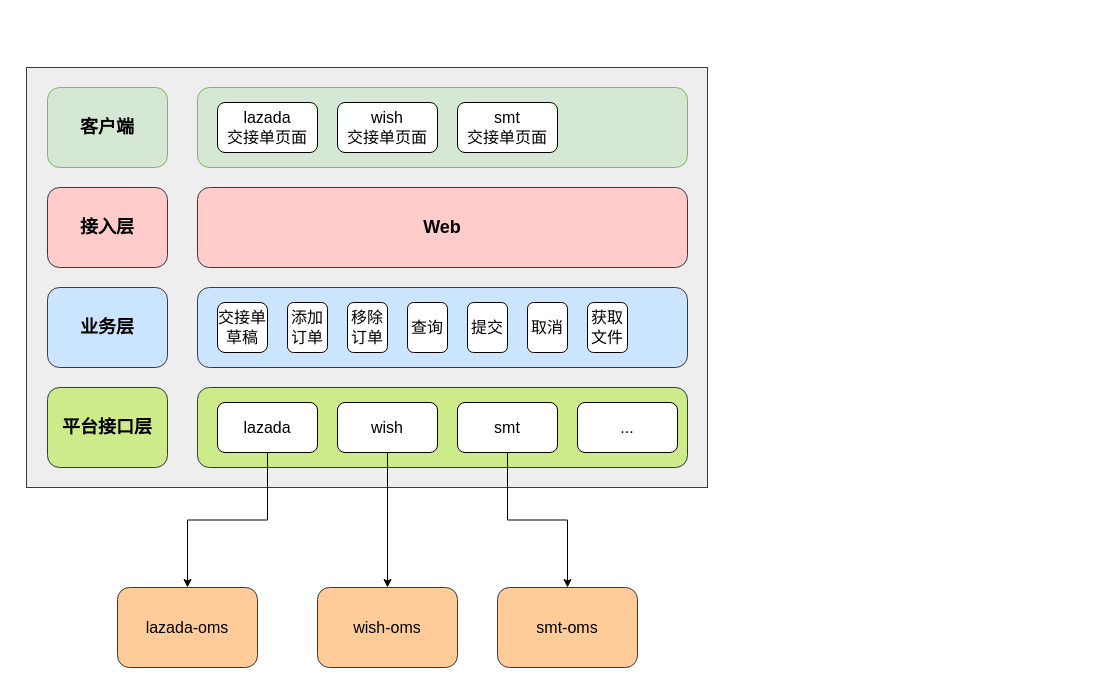
Earlier version of the draw.io diagram longpean/OMS-交接单-架构.drawio (GitHeP/diagrams). Source tidied: cells renumbered, new cells numbered last; positions are measured from the earlier drawing's top-left corner, leaving out a move shared by most shapes. Both pictures are drawn from the tidied source at 100%, with x=0, y=0 at pixel (26, 67).
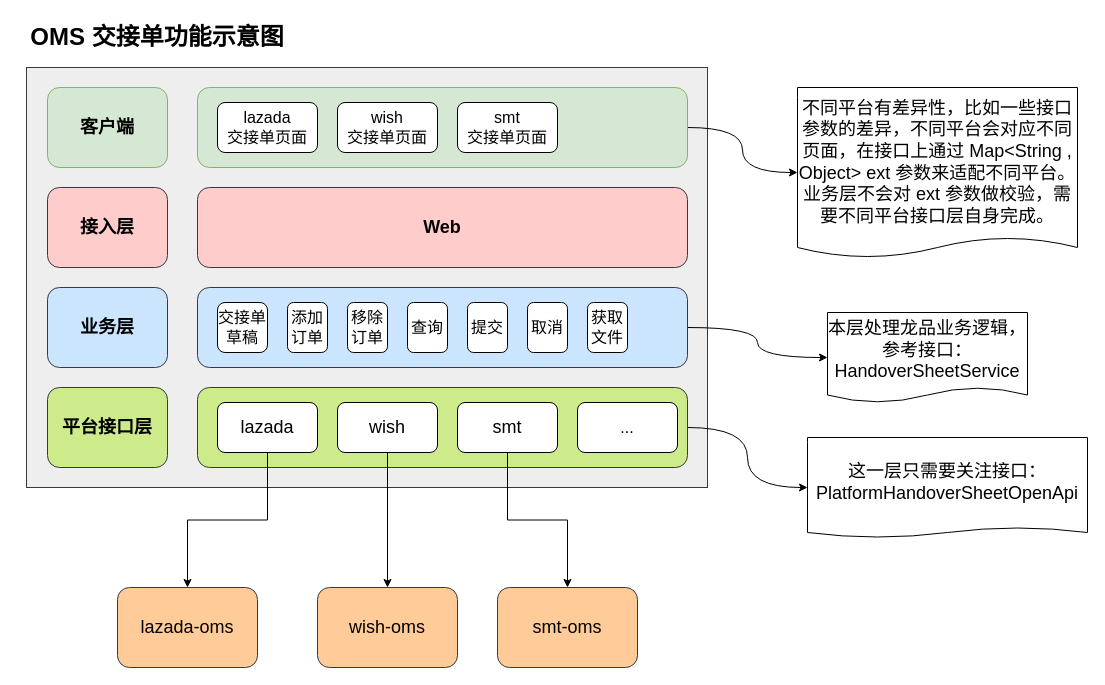
The same diagram, later.

Commit message (it also covers changes not shown here):
更新OMS-交接单-架构.drawio

The change refers to these unchanged cells:
```xml
<mxCell id="4" style="rounded=1;whiteSpace=wrap;html=1;fillColor=#cdeb8b;strokeColor=#36393d;" parent="1" vertex="1">
  <mxGeometry x="171" y="320" width="490" height="80" as="geometry" />
</mxCell>
<mxCell id="13" style="rounded=1;whiteSpace=wrap;html=1;fillColor=#cce5ff;strokeColor=#36393d;" parent="1" vertex="1">
  <mxGeometry x="171" y="220" width="490" height="80" as="geometry" />
</mxCell>
<mxCell id="27" value="&lt;span style=&quot;font-size: 18px;&quot;&gt;&lt;b&gt;&lt;br&gt;&lt;/b&gt;&lt;/span&gt;" style="rounded=1;whiteSpace=wrap;html=1;fillColor=#d5e8d4;strokeColor=#82b366;" parent="1" vertex="1">
  <mxGeometry x="171" y="20" width="490" height="80" as="geometry" />
</mxCell>
```

What changed in the source:
```diff
@@
+    <mxCell id="31" style="edgeStyle=orthogonalEdgeStyle;jettySize=auto;html=1;curved=1;" parent="1" edge="1" source="4" target="34">
+      <mxGeometry relative="1" as="geometry" />
+    </mxCell>
@@
-    <mxCell id="6" value="&lt;font style=&quot;font-size: 16px;&quot;&gt;lazada&lt;/font&gt;" style="rounded=1;whiteSpace=wrap;html=1;" parent="1" vertex="1">
+    <mxCell id="6" value="&lt;font style=&quot;font-size: 18px;&quot;&gt;lazada&lt;/font&gt;" style="rounded=1;whiteSpace=wrap;html=1;" parent="1" vertex="1">
       <mxGeometry x="191" y="335" width="100" height="50" as="geometry" />
     </mxCell>
@@
-    <mxCell id="8" value="&lt;font style=&quot;font-size: 16px;&quot;&gt;wish&lt;/font&gt;" style="rounded=1;whiteSpace=wrap;html=1;" parent="1" vertex="1">
+    <mxCell id="8" value="&lt;font style=&quot;font-size: 18px;&quot;&gt;wish&lt;/font&gt;" style="rounded=1;whiteSpace=wrap;html=1;" parent="1" vertex="1">
       <mxGeometry x="311" y="335" width="100" height="50" as="geometry" />
     </mxCell>
@@
-    <mxCell id="10" value="&lt;font style=&quot;font-size: 16px;&quot;&gt;smt&lt;/font&gt;" style="rounded=1;whiteSpace=wrap;html=1;" parent="1" vertex="1">
+    <mxCell id="10" value="&lt;font style=&quot;font-size: 18px;&quot;&gt;smt&lt;/font&gt;" style="rounded=1;whiteSpace=wrap;html=1;" parent="1" vertex="1">
       <mxGeometry x="431" y="335" width="100" height="50" as="geometry" />
     </mxCell>
@@
+    <mxCell id="32" style="edgeStyle=orthogonalEdgeStyle;jettySize=auto;html=1;curved=1;" parent="1" edge="1" source="13" target="35">
+      <mxGeometry relative="1" as="geometry" />
+    </mxCell>
@@
-    <mxCell id="18" value="&lt;font style=&quot;font-size: 16px;&quot;&gt;lazada-oms&lt;/font&gt;" style="rounded=1;whiteSpace=wrap;html=1;fillColor=#ffcc99;strokeColor=#36393d;" parent="1" vertex="1">
+    <mxCell id="18" value="&lt;font style=&quot;font-size: 18px;&quot;&gt;lazada-oms&lt;/font&gt;" style="rounded=1;whiteSpace=wrap;html=1;fillColor=#ffcc99;strokeColor=#36393d;" parent="1" vertex="1">
       <mxGeometry x="91" y="520" width="140" height="80" as="geometry" />
     </mxCell>
@@
-    <mxCell id="24" value="&lt;font style=&quot;font-size: 16px;&quot;&gt;wish-oms&lt;/font&gt;" style="rounded=1;whiteSpace=wrap;html=1;fillColor=#ffcc99;strokeColor=#36393d;" parent="1" vertex="1">
+    <mxCell id="24" value="&lt;font style=&quot;font-size: 18px;&quot;&gt;wish-oms&lt;/font&gt;" style="rounded=1;whiteSpace=wrap;html=1;fillColor=#ffcc99;strokeColor=#36393d;" parent="1" vertex="1">
       <mxGeometry x="291" y="520" width="140" height="80" as="geometry" />
     </mxCell>
-    <mxCell id="25" value="&lt;font style=&quot;font-size: 16px;&quot;&gt;smt-oms&lt;/font&gt;" style="rounded=1;whiteSpace=wrap;html=1;fillColor=#ffcc99;strokeColor=#36393d;" parent="1" vertex="1">
+    <mxCell id="25" value="&lt;font style=&quot;font-size: 18px;&quot;&gt;smt-oms&lt;/font&gt;" style="rounded=1;whiteSpace=wrap;html=1;fillColor=#ffcc99;strokeColor=#36393d;" parent="1" vertex="1">
       <mxGeometry x="471" y="520" width="140" height="80" as="geometry" />
     </mxCell>
@@
+    <mxCell id="33" style="edgeStyle=orthogonalEdgeStyle;jettySize=auto;html=1;curved=1;" parent="1" edge="1" source="27" target="36">
+      <mxGeometry relative="1" as="geometry" />
+    </mxCell>
@@
+    <mxCell id="34" value="&lt;font style=&quot;font-size: 18px;&quot;&gt;这一层只需要关注接口：&lt;br&gt;PlatformHandoverSheetOpenApi&lt;/font&gt;" style="shape=document;whiteSpace=wrap;html=1;boundedLbl=1;rounded=1;size=0.1;" parent="1" vertex="1">
+      <mxGeometry x="781" y="370" width="280" height="100" as="geometry" />
+    </mxCell>
+    <mxCell id="35" value="&lt;font style=&quot;font-size: 18px;&quot;&gt;本层处理龙品业务逻辑，参考接口：&lt;br&gt;HandoverSheetService&lt;/font&gt;" style="shape=document;whiteSpace=wrap;html=1;boundedLbl=1;rounded=1;size=0.16666666666666666;" parent="1" vertex="1">
+      <mxGeometry x="801" y="245" width="200" height="90" as="geometry" />
+    </mxCell>
+    <mxCell id="36" value="&lt;font style=&quot;font-size: 18px;&quot;&gt;不同平台有差异性，比如一些接口参数的差异，不同平台会对应不同页面，在接口上通过 Map&amp;lt;String , Object&amp;gt; ext 参数来适配不同平台。&lt;br&gt;业务层不会对 ext 参数做校验，需要不同平台接口层自身完成。&lt;/font&gt;" style="shape=document;whiteSpace=wrap;html=1;boundedLbl=1;rounded=1;size=0.11764705882352941;" parent="1" vertex="1">
+      <mxGeometry x="771" y="20" width="280" height="170" as="geometry" />
+    </mxCell>
+    <mxCell id="37" value="&lt;b&gt;&lt;font style=&quot;font-size: 24px;&quot;&gt;OMS 交接单功能示意图&lt;/font&gt;&lt;/b&gt;" style="text;html=1;strokeColor=none;fillColor=none;align=center;verticalAlign=middle;whiteSpace=wrap;rounded=0;" parent="1" vertex="1">
+      <mxGeometry x="-9" y="-50" width="280" height="40" as="geometry" />
+    </mxCell>
```
